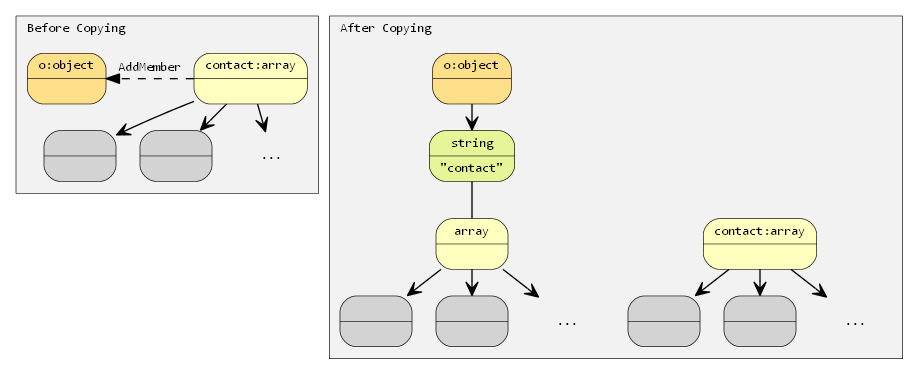
Earlier version of the Graphviz export doc/diagram/move2.png (nilsbore/roswasm_suite). Its source is kept beside it as doc/diagram/move2.dot.
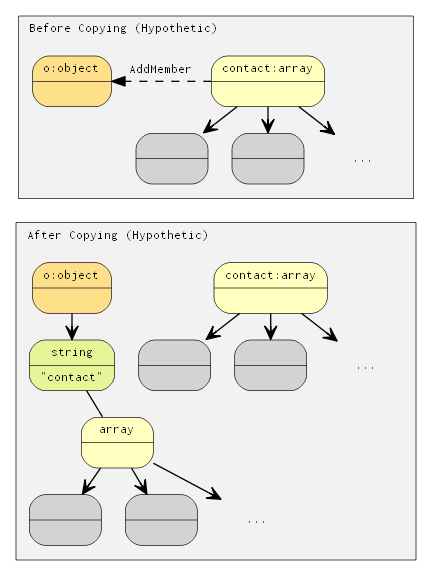
The same file after the commit.

What changed in the source:
```diff
@@ -5,7 +5,6 @@
 	margin="0,0"
 	ranksep=0.2
 	penwidth=0.5
-	forcelabels=true
 
 	node [fontname="Inconsolata, Consolas", fontsize=10, penwidth=0.5]
 	edge [fontname="Inconsolata, Consolas", fontsize=10, arrowhead=normal]
@@ -13,7 +12,7 @@
 	subgraph cluster1 {
 		margin="10,10"
 		labeljust="left"
-		label = "Before Copying"
+		label = "Before Copying (Hypothetic)"
 		style=filled
 		fillcolor=gray95
 
@@ -24,27 +23,26 @@
 		c12 [label="{|}"]
 		c13 [shape="none", label="...", style="solid"]
 		o1 [label="{o:object|}", fillcolor=3]
+		ghost [label="{o:object|}", style=invis]
 
-		c1 -> o1 [style="dashed", constraint=false, label="AddMember"]
+		c1 -> o1 [style="dashed", label="AddMember", constraint=false]
 
 		edge [arrowhead=vee]
 		c1 -> { c11; c12; c13 }
+		o1 -> ghost [style=invis]
 	}
 
 	subgraph cluster2 {
 		margin="10,10"
 		labeljust="left"
-		label = "After Copying"
+		label = "After Copying (Hypothetic)"
 		style=filled
 		fillcolor=gray95
 
 		node [shape=Mrecord, style=filled, colorscheme=spectral7]
 
-		{
-			rank = same
-			c2 [label="{contact:array|}", fillcolor=4]
-			c3 [label="{array|}", fillcolor=4]
-		}
+		c2 [label="{contact:array|}", fillcolor=4]
+		c3 [label="{array|}", fillcolor=4]
 		c21 [label="{|}"]
 		c22 [label="{|}"]
 		c23 [shape=none, label="...", style="solid"]
@@ -60,4 +58,5 @@
 		cs -> c3 [arrowhead=none]
 		c3 -> { c31; c32; c33 }
 	}
+	ghost -> o2 [style=invis]
 }
```
